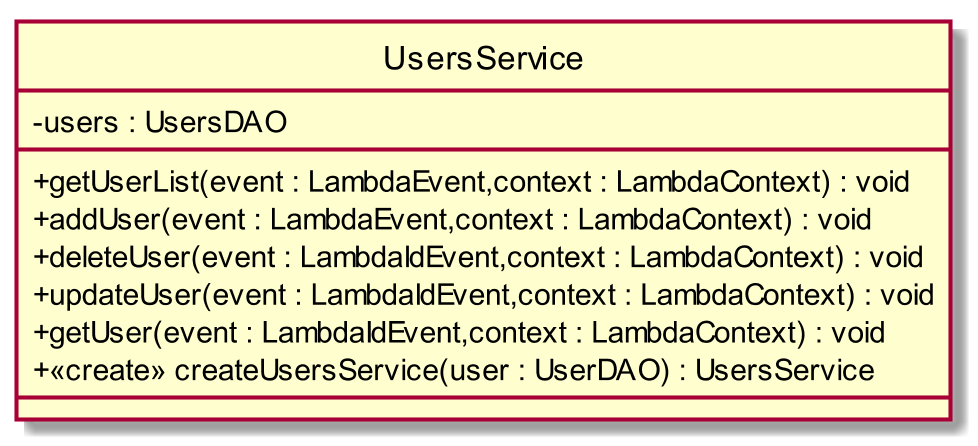
CoCodeSWE/Docs keeps this PlantUML diagram as RQ/Esterni/DefinizioneDiProdotto/images/ClassUsersService.png. Above is the earlier version.
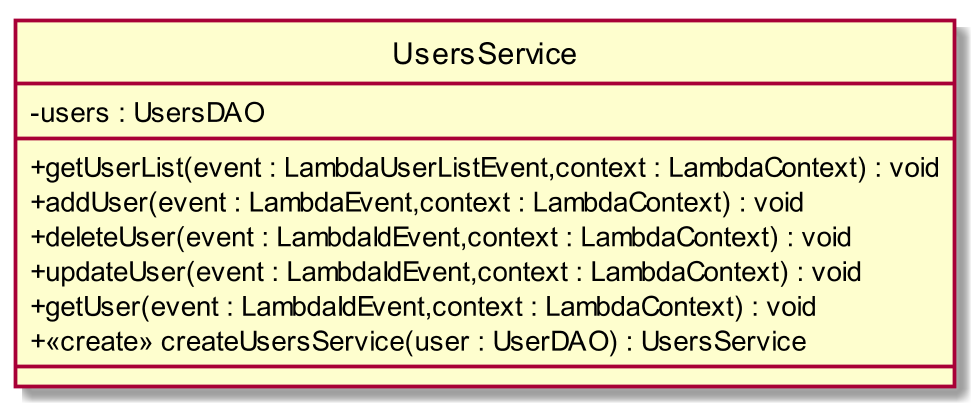
Above is the later version.

Diff of the diagram source:
```diff
@@ -4,7 +4,7 @@
 class UsersService{
 - users : UsersDAO
 __
-+ getUserList(event : LambdaEvent,context : LambdaContext) : void
++ getUserList(event : LambdaUserListEvent,context : LambdaContext) : void
 + addUser(event : LambdaEvent,context : LambdaContext) : void
 + deleteUser(event : LambdaIdEvent,context : LambdaContext) : void
 + updateUser(event : LambdaIdEvent,context : LambdaContext) : void
```
